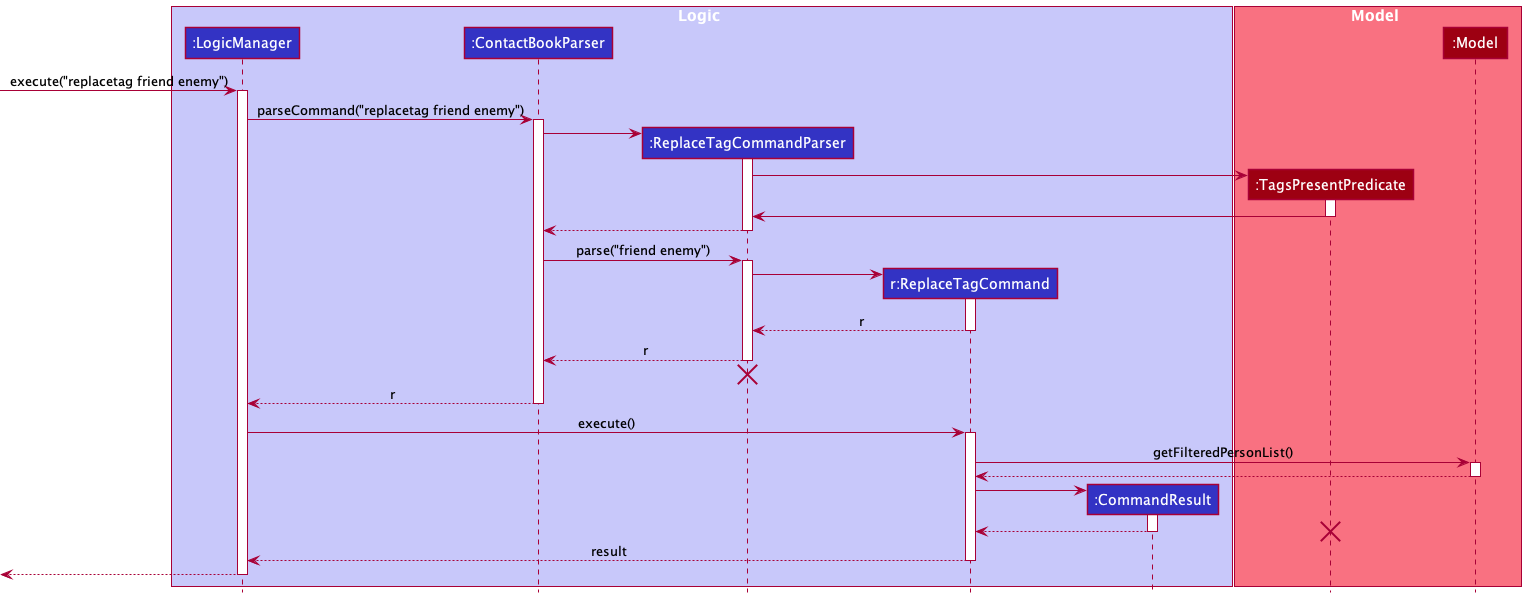
Earlier version of the PlantUML export docs/images/ReplaceTagSequenceDiagram.png (samyipsh/tp). The source it was exported from:
```plantuml
@startuml
!include style.puml

box Logic LOGIC_COLOR_T1
participant ":LogicManager" as LogicManager LOGIC_COLOR
participant ":ContactBookParser" as ContactBookParser LOGIC_COLOR
participant ":ReplaceTagCommandParser" as ReplaceTagCommandParser LOGIC_COLOR
participant "r:ReplaceTagCommand" as ReplaceTagCommand LOGIC_COLOR
participant ":CommandResult" as CommandResult LOGIC_COLOR
end box

box Model MODEL_COLOR_T1
participant ":TagsPresentPredicate" as TagsPresentPredicate MODEL_COLOR
participant ":Model" as Model MODEL_COLOR
end box

[-> LogicManager : execute("replacetag friend enemy")
activate LogicManager

LogicManager -> ContactBookParser : parseCommand("replacetag friend enemy")
activate ContactBookParser

create ReplaceTagCommandParser
ContactBookParser -> ReplaceTagCommandParser
activate ReplaceTagCommandParser

create TagsPresentPredicate
ReplaceTagCommandParser -> TagsPresentPredicate
activate TagsPresentPredicate

TagsPresentPredicate -> ReplaceTagCommandParser
deactivate TagsPresentPredicate

ReplaceTagCommandParser --> ContactBookParser
deactivate ReplaceTagCommandParser

ContactBookParser -> ReplaceTagCommandParser : parse("friend enemy")
activate ReplaceTagCommandParser

create ReplaceTagCommand
ReplaceTagCommandParser -> ReplaceTagCommand
activate ReplaceTagCommand

ReplaceTagCommand --> ReplaceTagCommandParser : r
deactivate ReplaceTagCommand

ReplaceTagCommandParser --> ContactBookParser : r
deactivate ReplaceTagCommandParser
ReplaceTagCommandParser -[hidden]-> ContactBookParser
destroy ReplaceTagCommandParser

ContactBookParser --> LogicManager : r
deactivate ContactBookParser

LogicManager -> ReplaceTagCommand : execute()
activate ReplaceTagCommand

ReplaceTagCommand -> Model : getFilteredPersonList()
activate Model

Model --> ReplaceTagCommand
deactivate Model

create CommandResult
ReplaceTagCommand -> CommandResult
activate CommandResult

CommandResult --> ReplaceTagCommand
deactivate CommandResult

destroy TagsPresentPredicate

ReplaceTagCommand --> LogicManager : result
deactivate ReplaceTagCommand

[<--LogicManager
deactivate LogicManager
@enduml
```
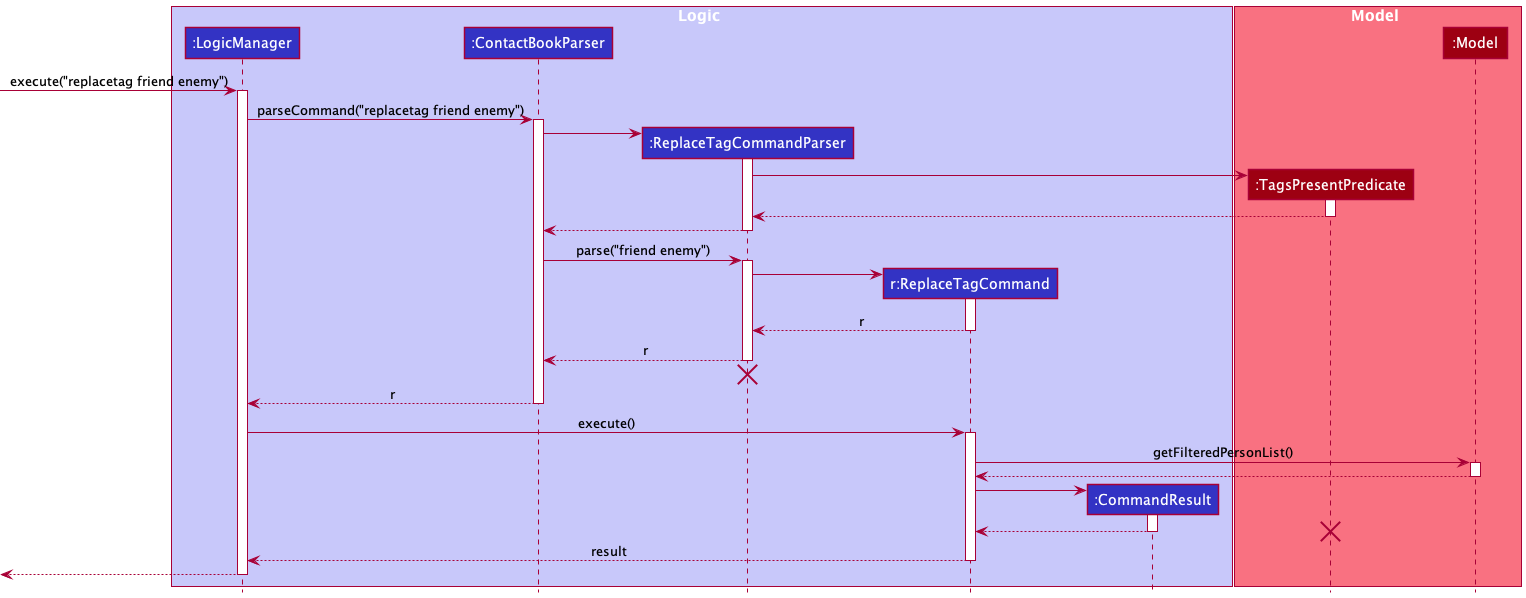
After the change.

The edit, as a diff of the source:
```diff
@@ -3,7 +3,7 @@
 
 box Logic LOGIC_COLOR_T1
 participant ":LogicManager" as LogicManager LOGIC_COLOR
-participant ":ContactBookParser" as ContactBookParser LOGIC_COLOR
+participant ":ContactBookParser" as AddressBookParser LOGIC_COLOR
 participant ":ReplaceTagCommandParser" as ReplaceTagCommandParser LOGIC_COLOR
 participant "r:ReplaceTagCommand" as ReplaceTagCommand LOGIC_COLOR
 participant ":CommandResult" as CommandResult LOGIC_COLOR
@@ -17,24 +17,24 @@
 [-> LogicManager : execute("replacetag friend enemy")
 activate LogicManager
 
-LogicManager -> ContactBookParser : parseCommand("replacetag friend enemy")
-activate ContactBookParser
+LogicManager -> AddressBookParser : parseCommand("replacetag friend enemy")
+activate AddressBookParser
 
 create ReplaceTagCommandParser
-ContactBookParser -> ReplaceTagCommandParser
+AddressBookParser -> ReplaceTagCommandParser
 activate ReplaceTagCommandParser
 
 create TagsPresentPredicate
 ReplaceTagCommandParser -> TagsPresentPredicate
 activate TagsPresentPredicate
 
-TagsPresentPredicate -> ReplaceTagCommandParser
+TagsPresentPredicate --> ReplaceTagCommandParser
 deactivate TagsPresentPredicate
 
-ReplaceTagCommandParser --> ContactBookParser
+ReplaceTagCommandParser --> AddressBookParser
 deactivate ReplaceTagCommandParser
 
-ContactBookParser -> ReplaceTagCommandParser : parse("friend enemy")
+AddressBookParser -> ReplaceTagCommandParser : parse("friend enemy")
 activate ReplaceTagCommandParser
 
 create ReplaceTagCommand
@@ -44,13 +44,13 @@
 ReplaceTagCommand --> ReplaceTagCommandParser : r
 deactivate ReplaceTagCommand
 
-ReplaceTagCommandParser --> ContactBookParser : r
+ReplaceTagCommandParser --> AddressBookParser : r
 deactivate ReplaceTagCommandParser
-ReplaceTagCommandParser -[hidden]-> ContactBookParser
+ReplaceTagCommandParser -[hidden]-> AddressBookParser
 destroy ReplaceTagCommandParser
 
-ContactBookParser --> LogicManager : r
-deactivate ContactBookParser
+AddressBookParser --> LogicManager : r
+deactivate AddressBookParser
 
 LogicManager -> ReplaceTagCommand : execute()
 activate ReplaceTagCommand
```
